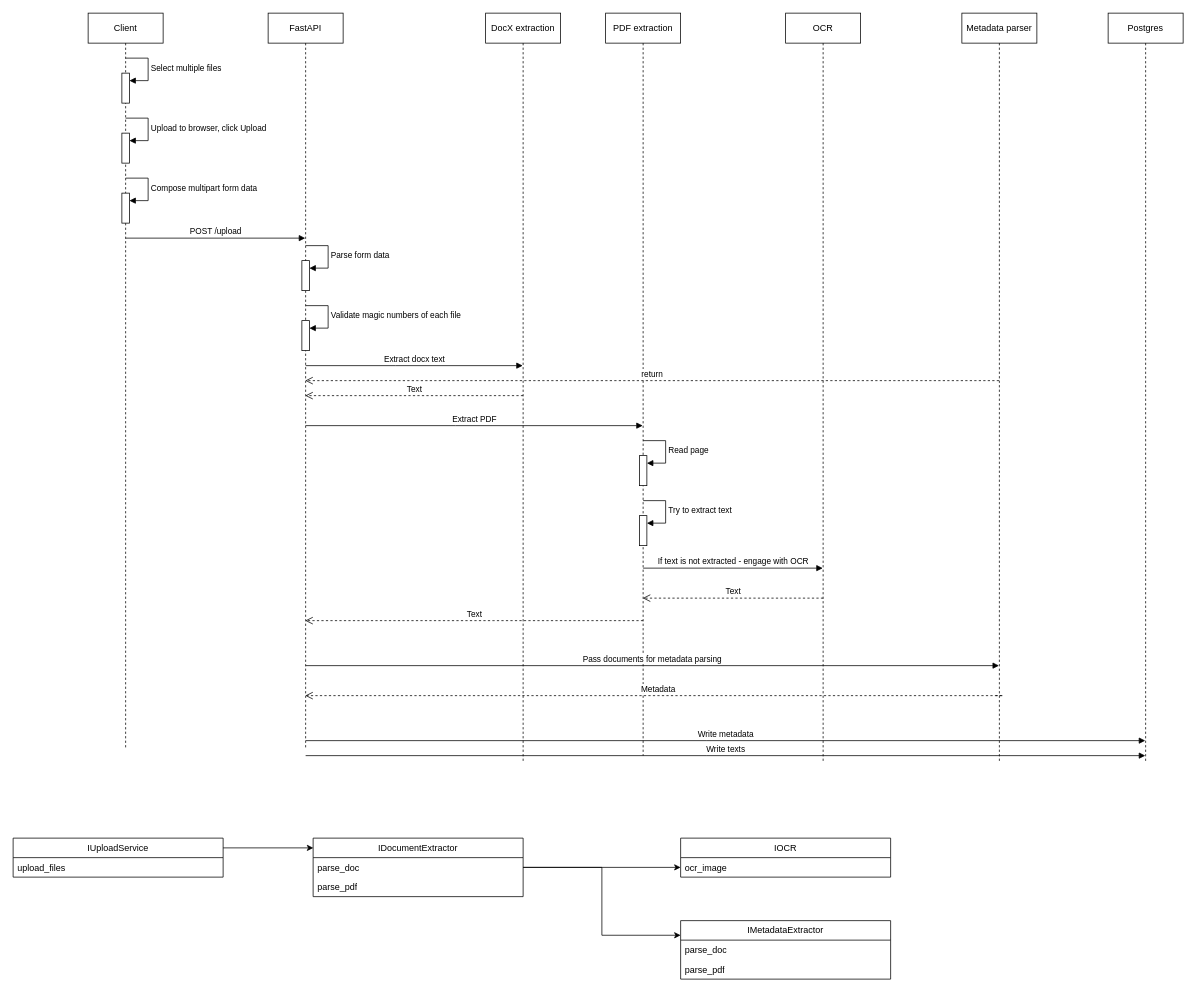
EeeasyBreezy/qanooni keeps this draw.io diagram as Design.drawio. Above is the earlier version. Source tidied: cells renumbered, new cells numbered last; positions are measured from the earlier drawing's top-left corner, leaving out a move shared by most shapes. Both pictures are drawn from the tidied source at 75%, with x=0, y=0 at pixel (13, 13).
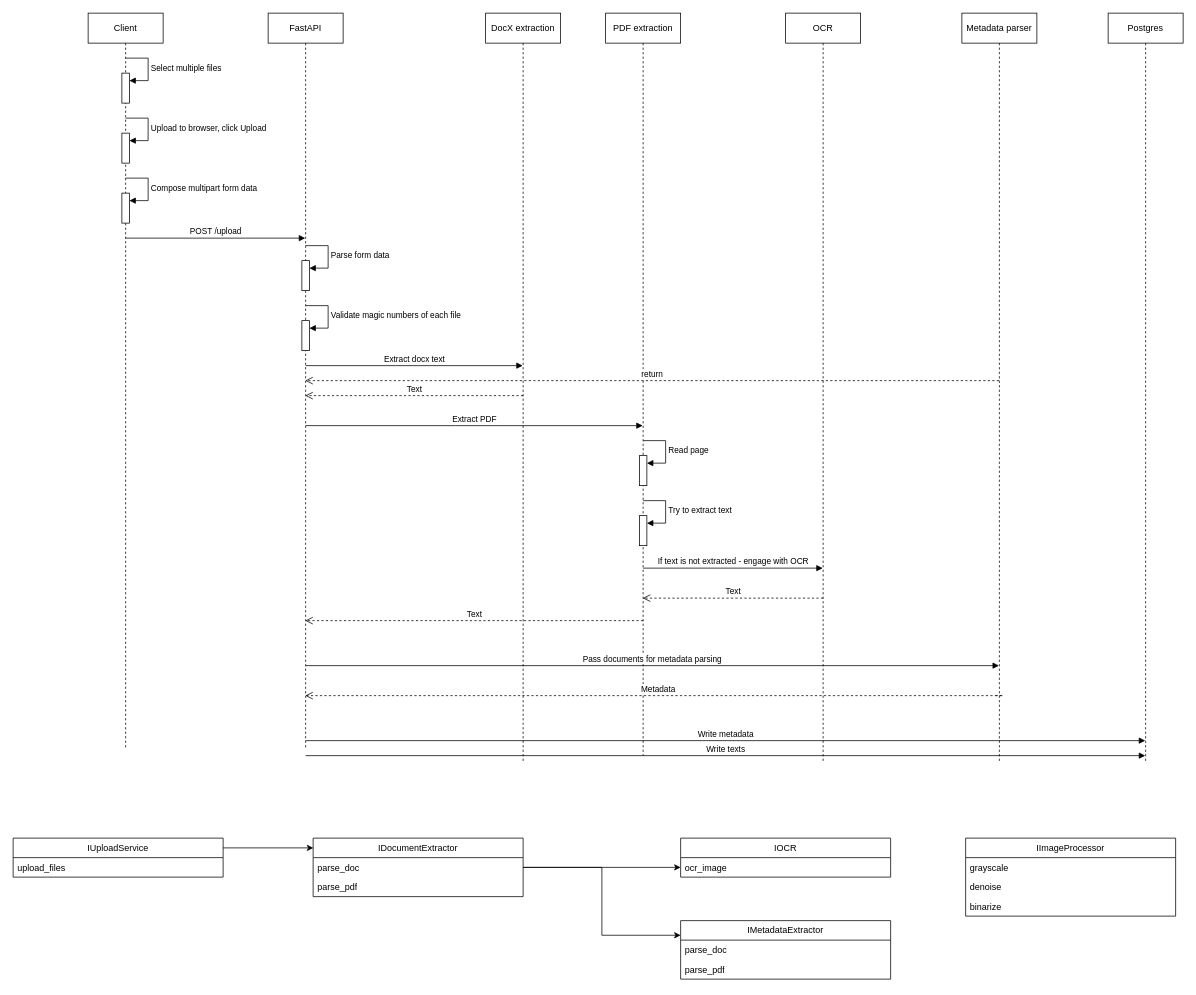
Above is the later version.

The edit, as a diff of the source:
```diff
@@
+    <mxCell id="48" value="IImageProcessor" style="swimlane;fontStyle=0;horizontal=1;startSize=26;fillColor=none;whiteSpace=wrap;html=1;" parent="1" vertex="1">
+      <mxGeometry x="1270" y="1100" width="280" height="104" as="geometry" />
+    </mxCell>
+    <mxCell id="49" value="grayscale" style="text;strokeColor=none;fillColor=none;align=left;verticalAlign=top;spacingLeft=4;spacingRight=4;overflow=hidden;whiteSpace=wrap;html=1;" parent="48" vertex="1">
+      <mxGeometry y="26" width="280" height="26" as="geometry" />
+    </mxCell>
+    <mxCell id="50" value="denoise" style="text;strokeColor=none;fillColor=none;align=left;verticalAlign=top;spacingLeft=4;spacingRight=4;overflow=hidden;whiteSpace=wrap;html=1;" parent="48" vertex="1">
+      <mxGeometry y="52" width="280" height="26" as="geometry" />
+    </mxCell>
+    <mxCell id="51" value="binarize" style="text;strokeColor=none;fillColor=none;align=left;verticalAlign=top;spacingLeft=4;spacingRight=4;overflow=hidden;whiteSpace=wrap;html=1;" parent="48" vertex="1">
+      <mxGeometry y="78" width="280" height="26" as="geometry" />
+    </mxCell>
```
